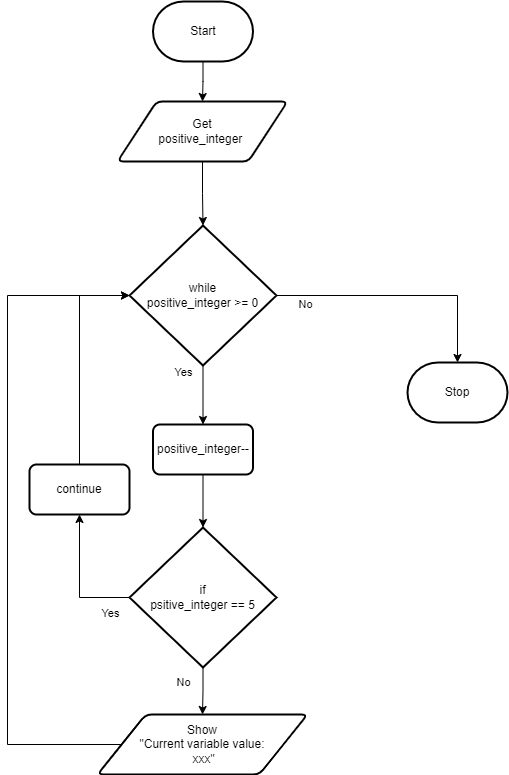
Mr-Coxall/Computer-Based-Problem-Solving keeps this draw.io diagram as docs/structured-problem-solving/images/flowchart-continue.png. Above is the earlier version. Source tidied: cells renumbered, new cells last; positions are measured from the earlier drawing's top-left corner, leaving out a move shared by most shapes. Its diagram source:
```xml
<mxGraphModel>
  <root>
    <mxCell id="0" />
    <mxCell id="1" parent="0" />
    <mxCell id="2" style="edgeStyle=orthogonalEdgeStyle;shape=connector;rounded=0;html=1;labelBackgroundColor=default;strokeColor=default;fontFamily=Helvetica;fontSize=11;fontColor=default;endArrow=classic;entryX=0.5;entryY=0;entryDx=0;entryDy=0;" parent="1" edge="1" source="3" target="13">
      <mxGeometry relative="1" as="geometry" />
    </mxCell>
    <mxCell id="3" value="Start" style="strokeWidth=2;html=1;shape=mxgraph.flowchart.terminator;whiteSpace=wrap;" parent="1" vertex="1">
      <mxGeometry x="145.5" width="100" height="60" as="geometry" />
    </mxCell>
    <mxCell id="4" value="Stop" style="strokeWidth=2;html=1;shape=mxgraph.flowchart.terminator;whiteSpace=wrap;" parent="1" vertex="1">
      <mxGeometry x="400" y="361" width="100" height="60" as="geometry" />
    </mxCell>
    <mxCell id="5" style="edgeStyle=orthogonalEdgeStyle;rounded=0;html=1;entryX=0.5;entryY=0;entryDx=0;entryDy=0;entryPerimeter=0;" parent="1" edge="1" source="7" target="4">
      <mxGeometry relative="1" as="geometry" />
    </mxCell>
    <mxCell id="6" style="edgeStyle=none;html=1;" parent="1" edge="1" source="7" target="20">
      <mxGeometry relative="1" as="geometry" />
    </mxCell>
    <mxCell id="7" value="while&lt;br&gt;positive_integer &amp;gt;= 0" style="strokeWidth=2;html=1;shape=mxgraph.flowchart.decision;whiteSpace=wrap;" parent="1" vertex="1">
      <mxGeometry x="122" y="224" width="147" height="140" as="geometry" />
    </mxCell>
    <mxCell id="8" style="edgeStyle=orthogonalEdgeStyle;shape=connector;rounded=0;html=1;exitX=0;exitY=0.5;exitDx=0;exitDy=0;entryX=0;entryY=0.5;entryDx=0;entryDy=0;entryPerimeter=0;labelBackgroundColor=default;strokeColor=default;fontFamily=Helvetica;fontSize=11;fontColor=default;endArrow=classic;" parent="1" edge="1" source="9" target="7">
      <mxGeometry relative="1" as="geometry">
        <Array as="points">
          <mxPoint y="743" />
          <mxPoint y="294" />
        </Array>
      </mxGeometry>
    </mxCell>
    <mxCell id="9" value="Show&lt;br&gt;&quot;Current variable value:&lt;br&gt;&amp;nbsp;xxx&quot;" style="shape=parallelogram;html=1;strokeWidth=2;perimeter=parallelogramPerimeter;whiteSpace=wrap;rounded=1;arcSize=12;size=0.23;" parent="1" vertex="1">
      <mxGeometry x="90" y="713" width="210" height="60" as="geometry" />
    </mxCell>
    <mxCell id="10" value="Yes" style="text;html=1;align=center;verticalAlign=middle;strokeColor=none;fillColor=none;fontSize=11;fontFamily=Helvetica;fontColor=default;" parent="1" vertex="1">
      <mxGeometry x="156" y="356" width="40" height="30" as="geometry" />
    </mxCell>
    <mxCell id="11" value="No" style="text;html=1;align=center;verticalAlign=middle;strokeColor=none;fillColor=none;fontSize=11;fontFamily=Helvetica;fontColor=default;" parent="1" vertex="1">
      <mxGeometry x="278" y="288" width="40" height="30" as="geometry" />
    </mxCell>
    <mxCell id="12" style="edgeStyle=orthogonalEdgeStyle;shape=connector;rounded=0;html=1;labelBackgroundColor=default;strokeColor=default;fontFamily=Helvetica;fontSize=11;fontColor=default;endArrow=classic;" parent="1" edge="1" source="13" target="7">
      <mxGeometry relative="1" as="geometry" />
    </mxCell>
    <mxCell id="13" value="Get&lt;br&gt;positive_integer&amp;nbsp;" style="shape=parallelogram;html=1;strokeWidth=2;perimeter=parallelogramPerimeter;whiteSpace=wrap;rounded=1;arcSize=12;size=0.23;" parent="1" vertex="1">
      <mxGeometry x="110" y="100" width="170" height="60" as="geometry" />
    </mxCell>
    <mxCell id="14" style="edgeStyle=orthogonalEdgeStyle;shape=connector;rounded=0;html=1;labelBackgroundColor=default;strokeColor=default;fontFamily=Helvetica;fontSize=11;fontColor=default;endArrow=classic;" parent="1" edge="1" source="16" target="9">
      <mxGeometry relative="1" as="geometry" />
    </mxCell>
    <mxCell id="15" style="edgeStyle=orthogonalEdgeStyle;shape=connector;rounded=0;html=1;entryX=0.5;entryY=1;entryDx=0;entryDy=0;labelBackgroundColor=default;strokeColor=default;fontFamily=Helvetica;fontSize=11;fontColor=default;endArrow=classic;" parent="1" edge="1" source="16" target="22">
      <mxGeometry relative="1" as="geometry">
        <Array as="points">
          <mxPoint x="72" y="596" />
        </Array>
      </mxGeometry>
    </mxCell>
    <mxCell id="16" value="if&lt;br&gt;psitive_integer == 5" style="strokeWidth=2;html=1;shape=mxgraph.flowchart.decision;whiteSpace=wrap;" parent="1" vertex="1">
      <mxGeometry x="122" y="526" width="147" height="140" as="geometry" />
    </mxCell>
    <mxCell id="17" value="No" style="text;html=1;align=center;verticalAlign=middle;strokeColor=none;fillColor=none;fontSize=11;fontFamily=Helvetica;fontColor=default;" parent="1" vertex="1">
      <mxGeometry x="156" y="666" width="40" height="30" as="geometry" />
    </mxCell>
    <mxCell id="18" value="Yes" style="text;html=1;align=center;verticalAlign=middle;strokeColor=none;fillColor=none;fontSize=11;fontFamily=Helvetica;fontColor=default;" parent="1" vertex="1">
      <mxGeometry x="83" y="597" width="40" height="30" as="geometry" />
    </mxCell>
    <mxCell id="19" style="edgeStyle=none;html=1;entryX=0.5;entryY=0;entryDx=0;entryDy=0;entryPerimeter=0;" parent="1" edge="1" source="20" target="16">
      <mxGeometry relative="1" as="geometry" />
    </mxCell>
    <mxCell id="20" value="positive_integer--" style="rounded=1;whiteSpace=wrap;html=1;absoluteArcSize=1;arcSize=14;strokeWidth=2;" parent="1" vertex="1">
      <mxGeometry x="145.5" y="423" width="100" height="50" as="geometry" />
    </mxCell>
    <mxCell id="21" style="edgeStyle=orthogonalEdgeStyle;shape=connector;rounded=0;html=1;exitX=0.5;exitY=0;exitDx=0;exitDy=0;entryX=0;entryY=0.5;entryDx=0;entryDy=0;entryPerimeter=0;labelBackgroundColor=default;strokeColor=default;fontFamily=Helvetica;fontSize=11;fontColor=default;endArrow=classic;" parent="1" edge="1" source="22" target="7">
      <mxGeometry relative="1" as="geometry" />
    </mxCell>
    <mxCell id="22" value="continue" style="rounded=1;whiteSpace=wrap;html=1;absoluteArcSize=1;arcSize=14;strokeWidth=2;" parent="1" vertex="1">
      <mxGeometry x="22" y="463" width="100" height="50" as="geometry" />
    </mxCell>
  </root>
</mxGraphModel>
```
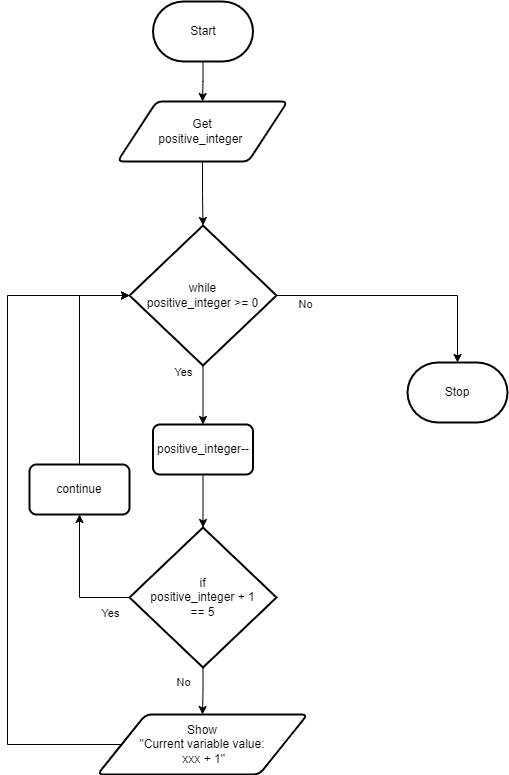
The same diagram one commit later.

The edit, as a diff of the source:
```diff
@@ -28,7 +28,7 @@
         </Array>
       </mxGeometry>
     </mxCell>
-    <mxCell id="9" value="Show&lt;br&gt;&quot;Current variable value:&lt;br&gt;&amp;nbsp;xxx&quot;" style="shape=parallelogram;html=1;strokeWidth=2;perimeter=parallelogramPerimeter;whiteSpace=wrap;rounded=1;arcSize=12;size=0.23;" parent="1" vertex="1">
+    <mxCell id="9" value="Show&lt;br&gt;&quot;Current variable value:&lt;br&gt;&amp;nbsp;xxx + 1&quot;" style="shape=parallelogram;html=1;strokeWidth=2;perimeter=parallelogramPerimeter;whiteSpace=wrap;rounded=1;arcSize=12;size=0.23;" parent="1" vertex="1">
       <mxGeometry x="90" y="713" width="210" height="60" as="geometry" />
     </mxCell>
     <mxCell id="10" value="Yes" style="text;html=1;align=center;verticalAlign=middle;strokeColor=none;fillColor=none;fontSize=11;fontFamily=Helvetica;fontColor=default;" parent="1" vertex="1">
@@ -53,7 +53,7 @@
         </Array>
       </mxGeometry>
     </mxCell>
-    <mxCell id="16" value="if&lt;br&gt;psitive_integer == 5" style="strokeWidth=2;html=1;shape=mxgraph.flowchart.decision;whiteSpace=wrap;" parent="1" vertex="1">
+    <mxCell id="16" value="if&lt;br&gt;positive_integer + 1 &lt;br&gt;== 5" style="strokeWidth=2;html=1;shape=mxgraph.flowchart.decision;whiteSpace=wrap;" parent="1" vertex="1">
       <mxGeometry x="122" y="526" width="147" height="140" as="geometry" />
     </mxCell>
     <mxCell id="17" value="No" style="text;html=1;align=center;verticalAlign=middle;strokeColor=none;fillColor=none;fontSize=11;fontFamily=Helvetica;fontColor=default;" parent="1" vertex="1">
```
